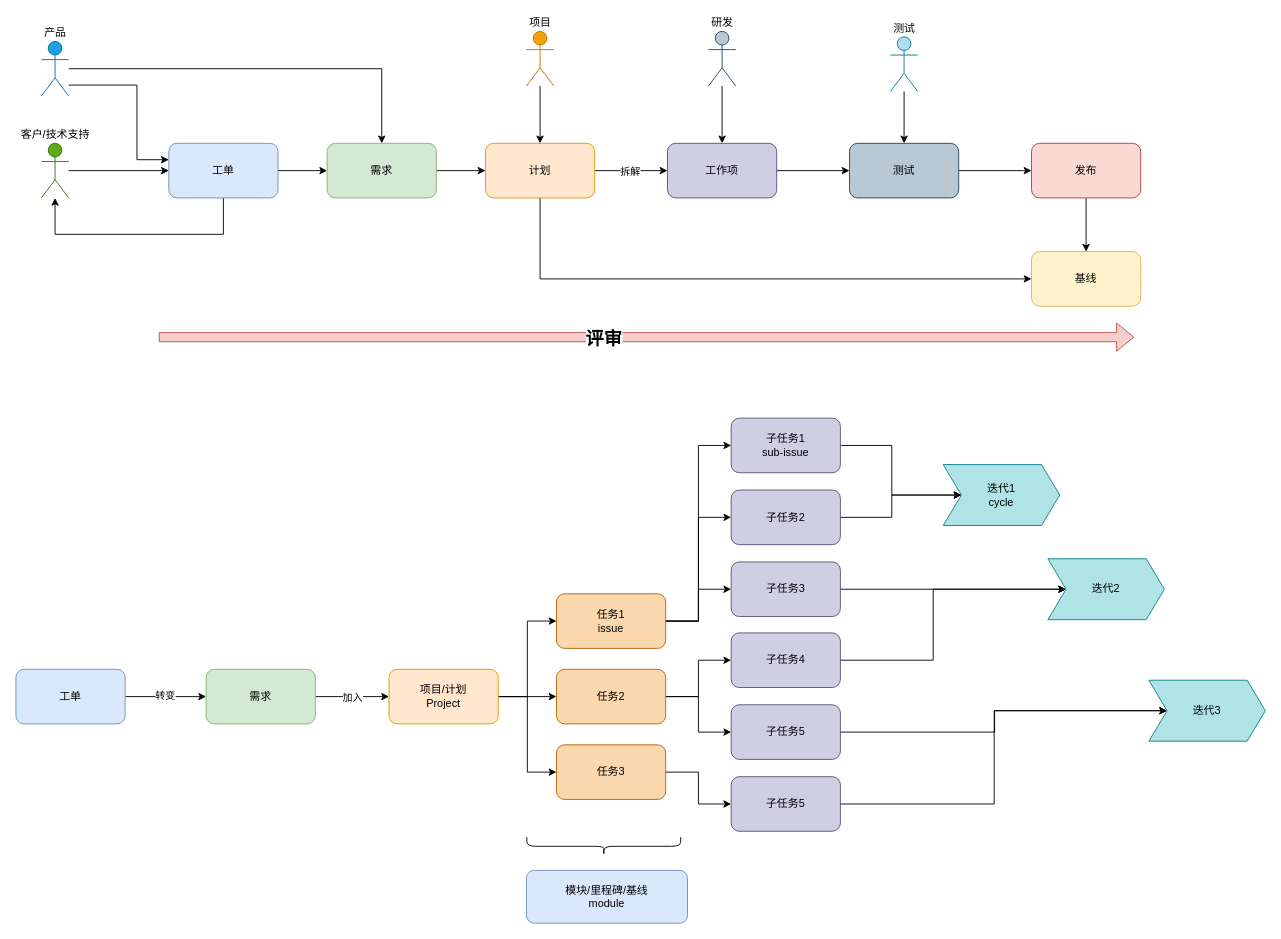
Earlier version of the draw.io diagram draw/项目管理.drawio (elmagnificogi/elmagnificogi.github.io). Source tidied: cells renumbered, new cells numbered last; positions are measured from the earlier drawing's top-left corner, leaving out a move shared by most shapes. Both pictures are drawn from the tidied source at 91%, with x=0, y=0 at pixel (15, 31).
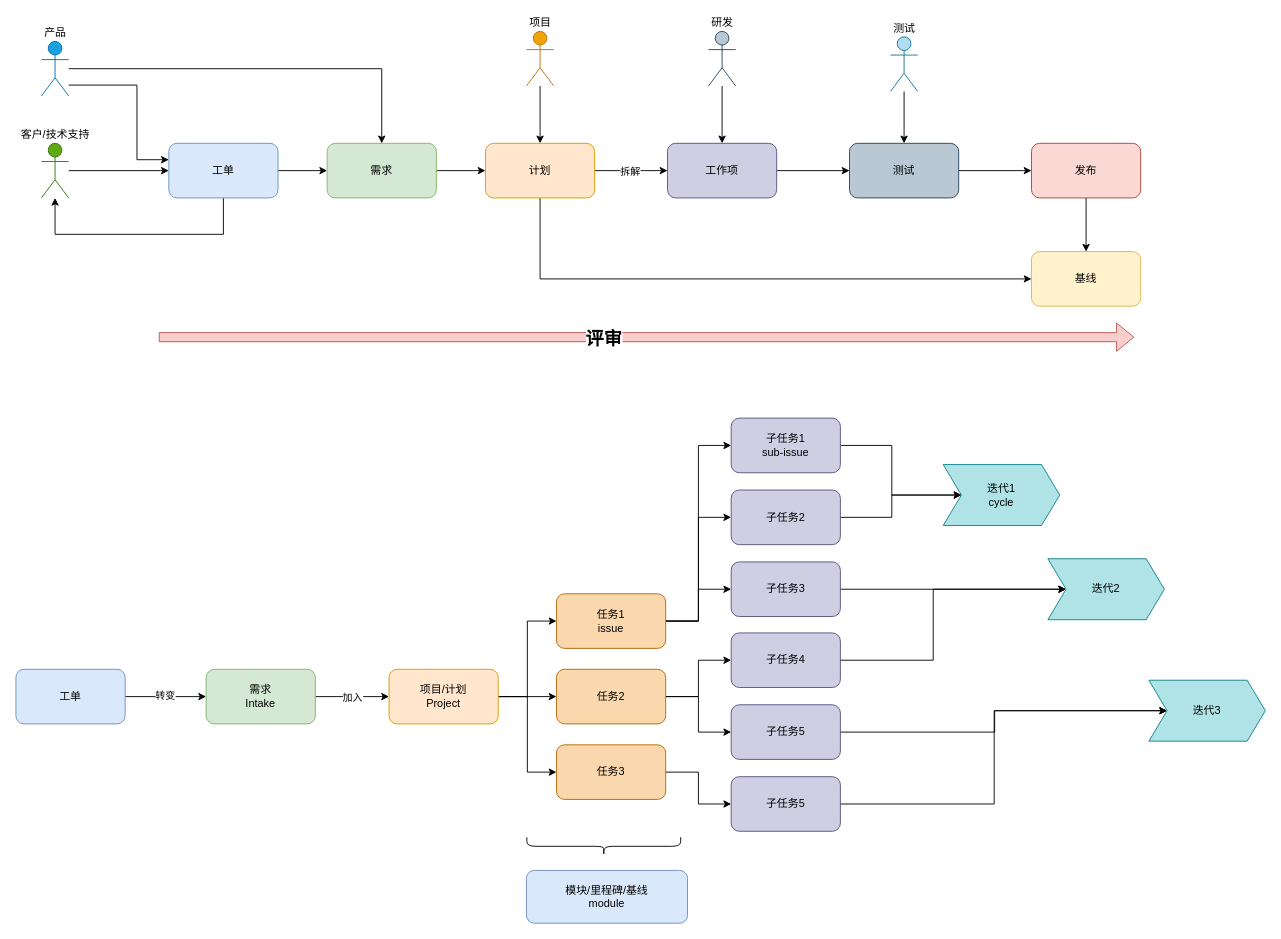
Above is the later version.

Change to the diagram source:
```diff
@@
-    <mxCell id="33" value="需求" style="rounded=1;whiteSpace=wrap;html=1;fillColor=#d5e8d4;strokeColor=#82b366;" parent="1" vertex="1">
+    <mxCell id="33" value="需求&lt;br&gt;Intake" style="rounded=1;whiteSpace=wrap;html=1;fillColor=#d5e8d4;strokeColor=#82b366;" parent="1" vertex="1">
       <mxGeometry x="209" y="701" width="120" height="60" as="geometry" />
     </mxCell>
```
